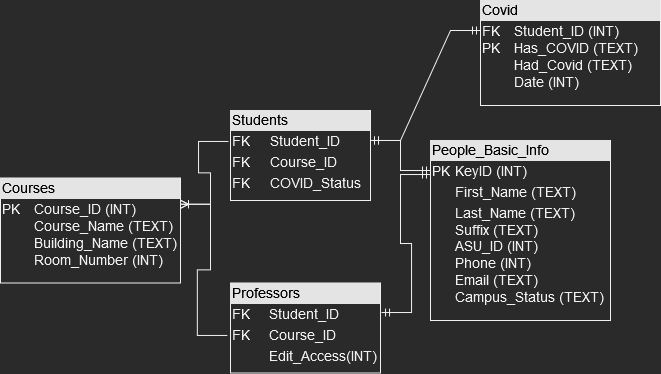
Before: wiki2/DataBase1.0.drawio.png, a diagram exported from draw.io (IgnacioFlores1500/RFID-Project). Source tidied: cells renumbered, new cells last; positions are measured from the earlier drawing's top-left corner, leaving out a move shared by most shapes. Source of this version:
```xml
<mxGraphModel>
  <root>
    <mxCell id="0" />
    <mxCell id="1" parent="0" />
    <mxCell id="2" value="&lt;div style=&quot;box-sizing: border-box ; width: 100% ; background: #e4e4e4 ; padding: 2px&quot;&gt;&lt;font color=&quot;#000000&quot;&gt;People_Basic_Info&lt;/font&gt;&lt;br&gt;&lt;/div&gt;&lt;table style=&quot;width: 100% ; font-size: 1em&quot; cellspacing=&quot;0&quot; cellpadding=&quot;2&quot;&gt;&lt;tbody&gt;&lt;tr&gt;&lt;td&gt;PK&lt;/td&gt;&lt;td&gt;KeyID (INT)&lt;br&gt;&lt;/td&gt;&lt;/tr&gt;&lt;tr&gt;&lt;td&gt;&lt;span style=&quot;white-space: pre&quot;&gt;&lt;/span&gt;&lt;br&gt;&lt;/td&gt;&lt;td&gt;First_Name (TEXT)&lt;br&gt;&lt;/td&gt;&lt;/tr&gt;&lt;tr&gt;&lt;td&gt;&lt;br&gt;&lt;/td&gt;&lt;td&gt;Last_Name (TEXT)&lt;br&gt;Suffix (TEXT)&lt;br&gt;ASU_ID (INT)&lt;br&gt;Phone (INT)&lt;br&gt;Email (TEXT)&lt;br&gt;Campus_Status (TEXT)&lt;br&gt;&lt;/td&gt;&lt;/tr&gt;&lt;/tbody&gt;&lt;/table&gt;" style="verticalAlign=top;align=left;overflow=fill;html=1;fontSize=14;" parent="1" vertex="1">
      <mxGeometry x="430" y="140" width="180" height="180" as="geometry" />
    </mxCell>
    <mxCell id="3" value="&lt;div style=&quot;box-sizing: border-box ; width: 100% ; background: #e4e4e4 ; padding: 2px&quot;&gt;&lt;font color=&quot;#000000&quot;&gt;Students&lt;/font&gt;&lt;/div&gt;&lt;table style=&quot;width: 100% ; font-size: 1em&quot; cellspacing=&quot;0&quot; cellpadding=&quot;2&quot;&gt;&lt;tbody&gt;&lt;tr&gt;&lt;td&gt;FK&lt;br&gt;&lt;/td&gt;&lt;td&gt;Student_ID&lt;br&gt;&lt;/td&gt;&lt;/tr&gt;&lt;tr&gt;&lt;td&gt;&lt;span style=&quot;white-space: pre&quot;&gt;&lt;/span&gt;&lt;span style=&quot;white-space: pre&quot;&gt;FK&lt;span style=&quot;white-space: pre&quot;&gt;&lt;span style=&quot;white-space: pre&quot;&gt;&lt;/span&gt;&lt;/span&gt;&#9;&lt;/span&gt;&lt;br&gt;&lt;/td&gt;&lt;td&gt;&lt;span style=&quot;white-space: pre&quot;&gt;&lt;/span&gt;Course_ID&lt;br&gt;&lt;/td&gt;&lt;/tr&gt;&lt;tr&gt;&lt;td&gt;FK&lt;span style=&quot;white-space: pre&quot;&gt;&#9;&lt;/span&gt;&lt;span style=&quot;white-space: pre&quot;&gt;&lt;/span&gt;&lt;br&gt;&lt;/td&gt;&lt;td&gt;COVID_Status&lt;br&gt;&lt;/td&gt;&lt;/tr&gt;&lt;/tbody&gt;&lt;/table&gt;" style="verticalAlign=top;align=left;overflow=fill;html=1;fontSize=14;" parent="1" vertex="1">
      <mxGeometry x="230" y="110" width="140" height="90" as="geometry" />
    </mxCell>
    <mxCell id="4" value="&lt;div style=&quot;box-sizing: border-box ; width: 100% ; background: #e4e4e4 ; padding: 2px&quot;&gt;&lt;font color=&quot;#000000&quot;&gt;Courses&lt;/font&gt;&lt;/div&gt;&lt;table style=&quot;width: 100% ; font-size: 1em&quot; cellspacing=&quot;0&quot; cellpadding=&quot;2&quot;&gt;&lt;tbody&gt;&lt;tr&gt;&lt;td&gt;&lt;span style=&quot;white-space: pre&quot;&gt;PK&lt;span style=&quot;white-space: pre&quot;&gt;&#9;&lt;/span&gt;&lt;/span&gt;&lt;span style=&quot;white-space: pre&quot;&gt;Course_ID (INT)&lt;br&gt;&lt;span style=&quot;white-space: pre&quot;&gt;&lt;span style=&quot;white-space: pre&quot;&gt;&#9;&lt;/span&gt;&lt;/span&gt;&lt;span style=&quot;white-space: pre&quot;&gt;Course_Name (TEXT)&lt;br&gt;&lt;span style=&quot;white-space: pre&quot;&gt;&lt;span style=&quot;white-space: pre&quot;&gt;&#9;&lt;/span&gt;&lt;/span&gt;Building_Name (TEXT)&lt;br&gt;&lt;span style=&quot;white-space: pre&quot;&gt;&lt;span style=&quot;white-space: pre&quot;&gt;&#9;&lt;/span&gt;&lt;/span&gt;Room_Number (INT)&lt;br&gt;&lt;/span&gt;&lt;/span&gt;&lt;/td&gt;&lt;td&gt;&lt;br&gt;&lt;/td&gt;&lt;/tr&gt;&lt;tr&gt;&lt;td&gt;&lt;span style=&quot;white-space: pre&quot;&gt;&lt;/span&gt;&lt;br&gt;&lt;/td&gt;&lt;td&gt;&lt;br&gt;&lt;/td&gt;&lt;/tr&gt;&lt;tr&gt;&lt;td&gt;&lt;br&gt;&lt;/td&gt;&lt;td&gt;&lt;br&gt;&lt;/td&gt;&lt;/tr&gt;&lt;/tbody&gt;&lt;/table&gt;" style="verticalAlign=top;align=left;overflow=fill;html=1;fontSize=14;" parent="1" vertex="1">
      <mxGeometry y="177.5" width="180" height="105" as="geometry" />
    </mxCell>
    <mxCell id="5" value="&lt;div style=&quot;box-sizing: border-box ; width: 100% ; background: #e4e4e4 ; padding: 2px&quot;&gt;&lt;font color=&quot;#000000&quot;&gt;Professors&lt;/font&gt;&lt;br&gt;&lt;/div&gt;&lt;table style=&quot;width: 100% ; font-size: 1em&quot; cellspacing=&quot;0&quot; cellpadding=&quot;2&quot;&gt;&lt;tbody&gt;&lt;tr&gt;&lt;td&gt;FK&lt;br&gt;&lt;/td&gt;&lt;td&gt;Student_ID&lt;br&gt;&lt;/td&gt;&lt;/tr&gt;&lt;tr&gt;&lt;td&gt;&lt;span style=&quot;white-space: pre&quot;&gt;&lt;/span&gt;&lt;span style=&quot;white-space: pre&quot;&gt;&lt;span style=&quot;white-space: pre&quot;&gt;&lt;/span&gt;&lt;span style=&quot;white-space: pre&quot;&gt;&lt;/span&gt;&lt;span style=&quot;white-space: pre&quot;&gt;&lt;/span&gt;FK&lt;span style=&quot;white-space: pre&quot;&gt;&lt;/span&gt;&#9;&lt;/span&gt;&lt;br&gt;&lt;/td&gt;&lt;td&gt;Course_ID&lt;br&gt;&lt;/td&gt;&lt;/tr&gt;&lt;tr&gt;&lt;td&gt;&lt;br&gt;&lt;/td&gt;&lt;td&gt;Edit_Access(INT)&lt;br&gt;&lt;/td&gt;&lt;/tr&gt;&lt;/tbody&gt;&lt;/table&gt;" style="verticalAlign=top;align=left;overflow=fill;html=1;fontSize=14;" parent="1" vertex="1">
      <mxGeometry x="230" y="282.5" width="150" height="90" as="geometry" />
    </mxCell>
    <mxCell id="6" style="edgeStyle=entityRelationEdgeStyle;fontSize=12;html=1;endArrow=ERmandOne;startArrow=ERmandOne;rounded=0;exitX=1;exitY=0.333;exitDx=0;exitDy=0;exitPerimeter=0;" parent="1" edge="1" source="3">
      <mxGeometry relative="1" as="geometry">
        <mxPoint x="430" y="170" as="targetPoint" />
      </mxGeometry>
    </mxCell>
    <mxCell id="7" style="edgeStyle=entityRelationEdgeStyle;fontSize=12;html=1;endArrow=ERmandOne;startArrow=ERmandOne;rounded=0;entryX=0;entryY=0.189;entryDx=0;entryDy=0;entryPerimeter=0;exitX=1.007;exitY=0.328;exitDx=0;exitDy=0;exitPerimeter=0;" parent="1" edge="1" source="5" target="2">
      <mxGeometry relative="1" as="geometry" />
    </mxCell>
    <mxCell id="8" value="&lt;div style=&quot;box-sizing: border-box ; width: 100% ; background: #e4e4e4 ; padding: 2px&quot;&gt;&lt;font color=&quot;#000000&quot;&gt;Covid&lt;/font&gt;&lt;/div&gt;&lt;table style=&quot;width: 100% ; font-size: 1em&quot; cellspacing=&quot;0&quot; cellpadding=&quot;2&quot;&gt;&lt;tbody&gt;&lt;tr&gt;&lt;td&gt;&lt;span style=&quot;white-space: pre&quot;&gt;FK&lt;span style=&quot;white-space: pre&quot;&gt;&#9;&lt;/span&gt;&lt;/span&gt;&lt;span style=&quot;white-space: pre&quot;&gt;Student_ID (INT)&lt;br&gt;&lt;span style=&quot;white-space: pre&quot;&gt;&lt;span style=&quot;white-space: pre&quot;&gt;PK&lt;span style=&quot;white-space: pre&quot;&gt;&#9;&lt;/span&gt;&lt;/span&gt;&lt;/span&gt;&lt;span style=&quot;white-space: pre&quot;&gt;Has_COVID (TEXT)&lt;br&gt;&lt;span style=&quot;white-space: pre&quot;&gt;&lt;span style=&quot;white-space: pre&quot;&gt;&#9;Had_Covid (TEXT)&lt;br&gt;&lt;span style=&quot;white-space: pre&quot;&gt;&#9;Date&lt;/span&gt;&lt;/span&gt;&lt;/span&gt;&lt;span style=&quot;white-space: pre&quot;&gt;&lt;span style=&quot;white-space: pre&quot;&gt;&lt;/span&gt;&lt;/span&gt; (INT)&lt;br&gt;&lt;/span&gt;&lt;/span&gt;&lt;/td&gt;&lt;td&gt;&lt;br&gt;&lt;/td&gt;&lt;/tr&gt;&lt;tr&gt;&lt;td&gt;&lt;span style=&quot;white-space: pre&quot;&gt;&lt;/span&gt;&lt;br&gt;&lt;/td&gt;&lt;td&gt;&lt;br&gt;&lt;/td&gt;&lt;/tr&gt;&lt;tr&gt;&lt;td&gt;&lt;br&gt;&lt;/td&gt;&lt;td&gt;&lt;br&gt;&lt;/td&gt;&lt;/tr&gt;&lt;/tbody&gt;&lt;/table&gt;" style="verticalAlign=top;align=left;overflow=fill;html=1;fontSize=14;" parent="1" vertex="1">
      <mxGeometry x="480" width="180" height="105" as="geometry" />
    </mxCell>
    <mxCell id="9" style="edgeStyle=entityRelationEdgeStyle;fontSize=12;html=1;endArrow=ERoneToMany;rounded=0;exitX=-0.021;exitY=0.583;exitDx=0;exitDy=0;exitPerimeter=0;entryX=1;entryY=0.25;entryDx=0;entryDy=0;" parent="1" edge="1" source="5" target="4">
      <mxGeometry relative="1" as="geometry" />
    </mxCell>
    <mxCell id="10" style="edgeStyle=entityRelationEdgeStyle;fontSize=12;html=1;endArrow=ERoneToMany;rounded=0;entryX=1;entryY=0.25;entryDx=0;entryDy=0;exitX=-0.014;exitY=0.344;exitDx=0;exitDy=0;exitPerimeter=0;" parent="1" edge="1" source="3" target="4">
      <mxGeometry relative="1" as="geometry" />
    </mxCell>
    <mxCell id="11" style="edgeStyle=entityRelationEdgeStyle;fontSize=12;html=1;endArrow=ERmandOne;startArrow=ERmandOne;rounded=0;" parent="1" edge="1">
      <mxGeometry relative="1" as="geometry">
        <mxPoint x="370" y="140" as="sourcePoint" />
        <mxPoint x="480" y="30" as="targetPoint" />
      </mxGeometry>
    </mxCell>
  </root>
</mxGraphModel>
```
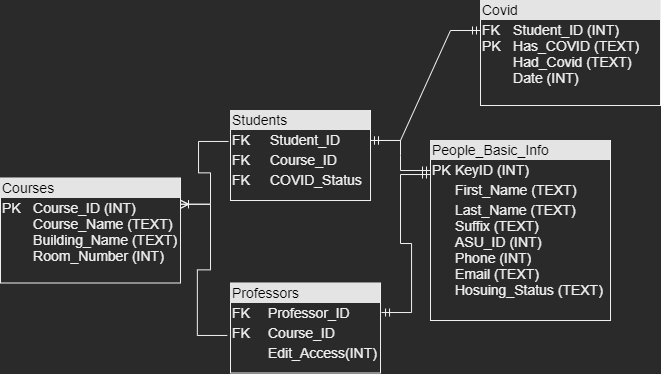
The same file after the commit.

The edit, as a diff of the source:
```diff
@@ -2,7 +2,7 @@
   <root>
     <mxCell id="0" />
     <mxCell id="1" parent="0" />
-    <mxCell id="2" value="&lt;div style=&quot;box-sizing: border-box ; width: 100% ; background: #e4e4e4 ; padding: 2px&quot;&gt;&lt;font color=&quot;#000000&quot;&gt;People_Basic_Info&lt;/font&gt;&lt;br&gt;&lt;/div&gt;&lt;table style=&quot;width: 100% ; font-size: 1em&quot; cellspacing=&quot;0&quot; cellpadding=&quot;2&quot;&gt;&lt;tbody&gt;&lt;tr&gt;&lt;td&gt;PK&lt;/td&gt;&lt;td&gt;KeyID (INT)&lt;br&gt;&lt;/td&gt;&lt;/tr&gt;&lt;tr&gt;&lt;td&gt;&lt;span style=&quot;white-space: pre&quot;&gt;&lt;/span&gt;&lt;br&gt;&lt;/td&gt;&lt;td&gt;First_Name (TEXT)&lt;br&gt;&lt;/td&gt;&lt;/tr&gt;&lt;tr&gt;&lt;td&gt;&lt;br&gt;&lt;/td&gt;&lt;td&gt;Last_Name (TEXT)&lt;br&gt;Suffix (TEXT)&lt;br&gt;ASU_ID (INT)&lt;br&gt;Phone (INT)&lt;br&gt;Email (TEXT)&lt;br&gt;Campus_Status (TEXT)&lt;br&gt;&lt;/td&gt;&lt;/tr&gt;&lt;/tbody&gt;&lt;/table&gt;" style="verticalAlign=top;align=left;overflow=fill;html=1;fontSize=14;" parent="1" vertex="1">
+    <mxCell id="2" value="&lt;div style=&quot;box-sizing: border-box ; width: 100% ; background: #e4e4e4 ; padding: 2px&quot;&gt;&lt;font color=&quot;#000000&quot;&gt;People_Basic_Info&lt;/font&gt;&lt;br&gt;&lt;/div&gt;&lt;table style=&quot;width: 100% ; font-size: 1em&quot; cellspacing=&quot;0&quot; cellpadding=&quot;2&quot;&gt;&lt;tbody&gt;&lt;tr&gt;&lt;td&gt;PK&lt;/td&gt;&lt;td&gt;KeyID (INT)&lt;br&gt;&lt;/td&gt;&lt;/tr&gt;&lt;tr&gt;&lt;td&gt;&lt;span style=&quot;white-space: pre&quot;&gt;&lt;/span&gt;&lt;br&gt;&lt;/td&gt;&lt;td&gt;First_Name (TEXT)&lt;br&gt;&lt;/td&gt;&lt;/tr&gt;&lt;tr&gt;&lt;td&gt;&lt;br&gt;&lt;/td&gt;&lt;td&gt;Last_Name (TEXT)&lt;br&gt;Suffix (TEXT)&lt;br&gt;ASU_ID (INT)&lt;br&gt;Phone (INT)&lt;br&gt;Email (TEXT)&lt;br&gt;Hosuing_Status (TEXT)&lt;br&gt;&lt;/td&gt;&lt;/tr&gt;&lt;/tbody&gt;&lt;/table&gt;" style="verticalAlign=top;align=left;overflow=fill;html=1;fontSize=14;" parent="1" vertex="1">
       <mxGeometry x="430" y="140" width="180" height="180" as="geometry" />
     </mxCell>
     <mxCell id="3" value="&lt;div style=&quot;box-sizing: border-box ; width: 100% ; background: #e4e4e4 ; padding: 2px&quot;&gt;&lt;font color=&quot;#000000&quot;&gt;Students&lt;/font&gt;&lt;/div&gt;&lt;table style=&quot;width: 100% ; font-size: 1em&quot; cellspacing=&quot;0&quot; cellpadding=&quot;2&quot;&gt;&lt;tbody&gt;&lt;tr&gt;&lt;td&gt;FK&lt;br&gt;&lt;/td&gt;&lt;td&gt;Student_ID&lt;br&gt;&lt;/td&gt;&lt;/tr&gt;&lt;tr&gt;&lt;td&gt;&lt;span style=&quot;white-space: pre&quot;&gt;&lt;/span&gt;&lt;span style=&quot;white-space: pre&quot;&gt;FK&lt;span style=&quot;white-space: pre&quot;&gt;&lt;span style=&quot;white-space: pre&quot;&gt;&lt;/span&gt;&lt;/span&gt;&#9;&lt;/span&gt;&lt;br&gt;&lt;/td&gt;&lt;td&gt;&lt;span style=&quot;white-space: pre&quot;&gt;&lt;/span&gt;Course_ID&lt;br&gt;&lt;/td&gt;&lt;/tr&gt;&lt;tr&gt;&lt;td&gt;FK&lt;span style=&quot;white-space: pre&quot;&gt;&#9;&lt;/span&gt;&lt;span style=&quot;white-space: pre&quot;&gt;&lt;/span&gt;&lt;br&gt;&lt;/td&gt;&lt;td&gt;COVID_Status&lt;br&gt;&lt;/td&gt;&lt;/tr&gt;&lt;/tbody&gt;&lt;/table&gt;" style="verticalAlign=top;align=left;overflow=fill;html=1;fontSize=14;" parent="1" vertex="1">
@@ -11,7 +11,7 @@
     <mxCell id="4" value="&lt;div style=&quot;box-sizing: border-box ; width: 100% ; background: #e4e4e4 ; padding: 2px&quot;&gt;&lt;font color=&quot;#000000&quot;&gt;Courses&lt;/font&gt;&lt;/div&gt;&lt;table style=&quot;width: 100% ; font-size: 1em&quot; cellspacing=&quot;0&quot; cellpadding=&quot;2&quot;&gt;&lt;tbody&gt;&lt;tr&gt;&lt;td&gt;&lt;span style=&quot;white-space: pre&quot;&gt;PK&lt;span style=&quot;white-space: pre&quot;&gt;&#9;&lt;/span&gt;&lt;/span&gt;&lt;span style=&quot;white-space: pre&quot;&gt;Course_ID (INT)&lt;br&gt;&lt;span style=&quot;white-space: pre&quot;&gt;&lt;span style=&quot;white-space: pre&quot;&gt;&#9;&lt;/span&gt;&lt;/span&gt;&lt;span style=&quot;white-space: pre&quot;&gt;Course_Name (TEXT)&lt;br&gt;&lt;span style=&quot;white-space: pre&quot;&gt;&lt;span style=&quot;white-space: pre&quot;&gt;&#9;&lt;/span&gt;&lt;/span&gt;Building_Name (TEXT)&lt;br&gt;&lt;span style=&quot;white-space: pre&quot;&gt;&lt;span style=&quot;white-space: pre&quot;&gt;&#9;&lt;/span&gt;&lt;/span&gt;Room_Number (INT)&lt;br&gt;&lt;/span&gt;&lt;/span&gt;&lt;/td&gt;&lt;td&gt;&lt;br&gt;&lt;/td&gt;&lt;/tr&gt;&lt;tr&gt;&lt;td&gt;&lt;span style=&quot;white-space: pre&quot;&gt;&lt;/span&gt;&lt;br&gt;&lt;/td&gt;&lt;td&gt;&lt;br&gt;&lt;/td&gt;&lt;/tr&gt;&lt;tr&gt;&lt;td&gt;&lt;br&gt;&lt;/td&gt;&lt;td&gt;&lt;br&gt;&lt;/td&gt;&lt;/tr&gt;&lt;/tbody&gt;&lt;/table&gt;" style="verticalAlign=top;align=left;overflow=fill;html=1;fontSize=14;" parent="1" vertex="1">
       <mxGeometry y="177.5" width="180" height="105" as="geometry" />
     </mxCell>
-    <mxCell id="5" value="&lt;div style=&quot;box-sizing: border-box ; width: 100% ; background: #e4e4e4 ; padding: 2px&quot;&gt;&lt;font color=&quot;#000000&quot;&gt;Professors&lt;/font&gt;&lt;br&gt;&lt;/div&gt;&lt;table style=&quot;width: 100% ; font-size: 1em&quot; cellspacing=&quot;0&quot; cellpadding=&quot;2&quot;&gt;&lt;tbody&gt;&lt;tr&gt;&lt;td&gt;FK&lt;br&gt;&lt;/td&gt;&lt;td&gt;Student_ID&lt;br&gt;&lt;/td&gt;&lt;/tr&gt;&lt;tr&gt;&lt;td&gt;&lt;span style=&quot;white-space: pre&quot;&gt;&lt;/span&gt;&lt;span style=&quot;white-space: pre&quot;&gt;&lt;span style=&quot;white-space: pre&quot;&gt;&lt;/span&gt;&lt;span style=&quot;white-space: pre&quot;&gt;&lt;/span&gt;&lt;span style=&quot;white-space: pre&quot;&gt;&lt;/span&gt;FK&lt;span style=&quot;white-space: pre&quot;&gt;&lt;/span&gt;&#9;&lt;/span&gt;&lt;br&gt;&lt;/td&gt;&lt;td&gt;Course_ID&lt;br&gt;&lt;/td&gt;&lt;/tr&gt;&lt;tr&gt;&lt;td&gt;&lt;br&gt;&lt;/td&gt;&lt;td&gt;Edit_Access(INT)&lt;br&gt;&lt;/td&gt;&lt;/tr&gt;&lt;/tbody&gt;&lt;/table&gt;" style="verticalAlign=top;align=left;overflow=fill;html=1;fontSize=14;" parent="1" vertex="1">
+    <mxCell id="5" value="&lt;div style=&quot;box-sizing: border-box ; width: 100% ; background: #e4e4e4 ; padding: 2px&quot;&gt;&lt;font color=&quot;#000000&quot;&gt;Professors&lt;/font&gt;&lt;br&gt;&lt;/div&gt;&lt;table style=&quot;width: 100% ; font-size: 1em&quot; cellspacing=&quot;0&quot; cellpadding=&quot;2&quot;&gt;&lt;tbody&gt;&lt;tr&gt;&lt;td&gt;FK&lt;br&gt;&lt;/td&gt;&lt;td&gt;Professor_ID&lt;br&gt;&lt;/td&gt;&lt;/tr&gt;&lt;tr&gt;&lt;td&gt;&lt;span style=&quot;white-space: pre&quot;&gt;&lt;/span&gt;&lt;span style=&quot;white-space: pre&quot;&gt;&lt;span style=&quot;white-space: pre&quot;&gt;&lt;/span&gt;&lt;span style=&quot;white-space: pre&quot;&gt;&lt;/span&gt;&lt;span style=&quot;white-space: pre&quot;&gt;&lt;/span&gt;FK&lt;span style=&quot;white-space: pre&quot;&gt;&lt;/span&gt;&#9;&lt;/span&gt;&lt;br&gt;&lt;/td&gt;&lt;td&gt;Course_ID&lt;br&gt;&lt;/td&gt;&lt;/tr&gt;&lt;tr&gt;&lt;td&gt;&lt;br&gt;&lt;/td&gt;&lt;td&gt;Edit_Access(INT)&lt;br&gt;&lt;/td&gt;&lt;/tr&gt;&lt;/tbody&gt;&lt;/table&gt;" style="verticalAlign=top;align=left;overflow=fill;html=1;fontSize=14;" parent="1" vertex="1">
       <mxGeometry x="230" y="282.5" width="150" height="90" as="geometry" />
     </mxCell>
     <mxCell id="6" style="edgeStyle=entityRelationEdgeStyle;fontSize=12;html=1;endArrow=ERmandOne;startArrow=ERmandOne;rounded=0;exitX=1;exitY=0.333;exitDx=0;exitDy=0;exitPerimeter=0;" parent="1" edge="1" source="3">
```
